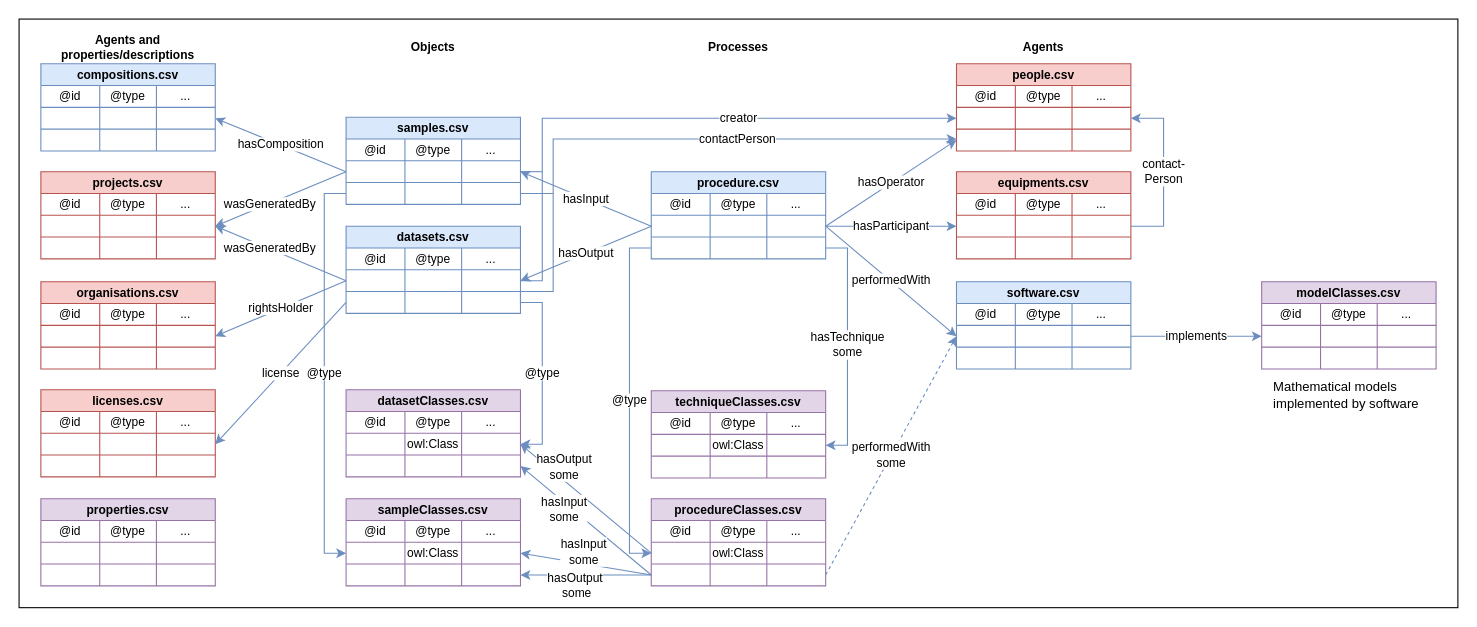
Above: page "Documentation-tables" (1 of 3) of figs/linked-data.drawio in SINTEF/physmet-data-documentation-templates (draw.io), before the change. Source tidied: cells renumbered, new cells numbered last; positions are measured from the earlier drawing's top-left corner, leaving out a move shared by most shapes. Both pictures are drawn from the tidied source at 109%, with x=0, y=0 at pixel (19, 19).
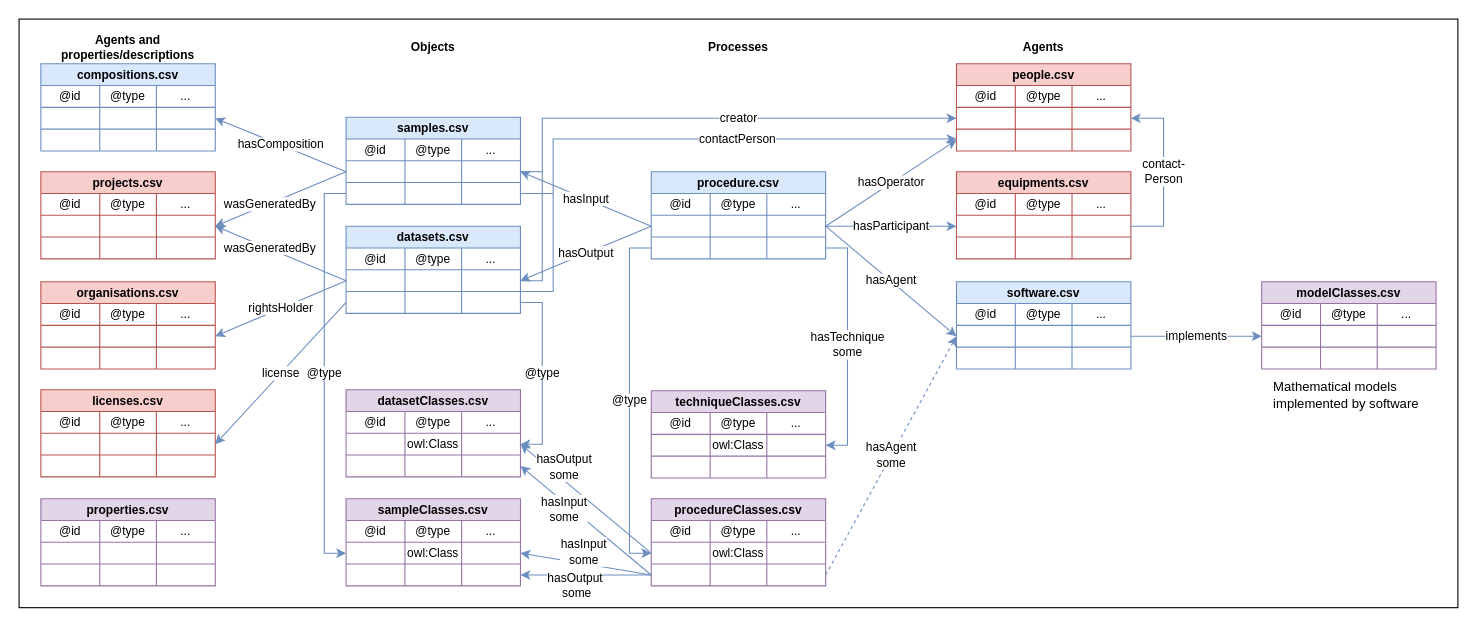
The same page after the edit.

The change refers to these unchanged cells:
```xml
<mxCell id="34" style="shape=tableRow;horizontal=0;startSize=0;swimlaneHead=0;swimlaneBody=0;top=0;left=0;bottom=0;right=0;fillColor=none;points=[[0,0.5],[1,0.5]];portConstraint=eastwest;fontFamily=Helvetica;fontSize=11;fontColor=#000000;" parent="29" vertex="1">
  <mxGeometry y="40" width="160" height="20" as="geometry" />
</mxCell>
<mxCell id="117" style="shape=tableRow;horizontal=0;startSize=0;swimlaneHead=0;swimlaneBody=0;top=0;left=0;bottom=0;right=0;fillColor=none;points=[[0,0.5],[1,0.5]];portConstraint=eastwest;fontFamily=Helvetica;fontSize=11;fontColor=#000000;" parent="112" vertex="1">
  <mxGeometry y="40" width="160" height="20" as="geometry" />
</mxCell>
<mxCell id="138" style="shape=tableRow;horizontal=0;startSize=0;swimlaneHead=0;swimlaneBody=0;top=0;left=0;bottom=0;right=0;fillColor=none;points=[[0,0.5],[1,0.5]];portConstraint=eastwest;fontFamily=Helvetica;fontSize=11;fontColor=#000000;" parent="129" vertex="1">
  <mxGeometry y="60" width="160" height="20" as="geometry" />
</mxCell>
```

Change to the diagram source:
```diff
@@
-    <mxCell id="125" value="&lt;font&gt;performedWith&lt;/font&gt;" style="edgeStyle=none;shape=connector;rounded=0;jettySize=auto;html=1;labelBackgroundColor=default;strokeColor=#6c8ebf;fontFamily=Helvetica;fontSize=11;fontColor=#000000;endArrow=classic;endFill=1;exitX=1;exitY=0.5;exitDx=0;exitDy=0;entryX=0;entryY=0.5;entryDx=0;entryDy=0;fillColor=#dae8fc;" parent="1" edge="1" source="34" target="117">
+    <mxCell id="125" value="&lt;font&gt;hasAgent&lt;/font&gt;" style="edgeStyle=none;shape=connector;rounded=0;jettySize=auto;html=1;labelBackgroundColor=default;strokeColor=#6c8ebf;fontFamily=Helvetica;fontSize=11;fontColor=#000000;endArrow=classic;endFill=1;exitX=1;exitY=0.5;exitDx=0;exitDy=0;entryX=0;entryY=0.5;entryDx=0;entryDy=0;fillColor=#dae8fc;" parent="1" edge="1" source="34" target="117">
       <mxGeometry relative="1" as="geometry" />
     </mxCell>
@@
-    <mxCell id="159" value="&lt;font&gt;performedWith&lt;br&gt;some&lt;br&gt;&lt;/font&gt;" style="edgeStyle=none;shape=connector;rounded=0;jettySize=auto;html=1;labelBackgroundColor=default;strokeColor=#6c8ebf;fontFamily=Helvetica;fontSize=11;fontColor=#000000;endArrow=classic;endFill=1;exitX=1;exitY=0.5;exitDx=0;exitDy=0;entryX=0;entryY=0.5;entryDx=0;entryDy=0;fillColor=#dae8fc;dashed=1;" parent="1" edge="1" source="138" target="117">
+    <mxCell id="159" value="&lt;font&gt;hasAgent&lt;br&gt;some&lt;br&gt;&lt;/font&gt;" style="edgeStyle=none;shape=connector;rounded=0;jettySize=auto;html=1;labelBackgroundColor=default;strokeColor=#6c8ebf;fontFamily=Helvetica;fontSize=11;fontColor=#000000;endArrow=classic;endFill=1;exitX=1;exitY=0.5;exitDx=0;exitDy=0;entryX=0;entryY=0.5;entryDx=0;entryDy=0;fillColor=#dae8fc;dashed=1;" parent="1" edge="1" source="138" target="117">
       <mxGeometry relative="1" as="geometry" />
     </mxCell>
```
